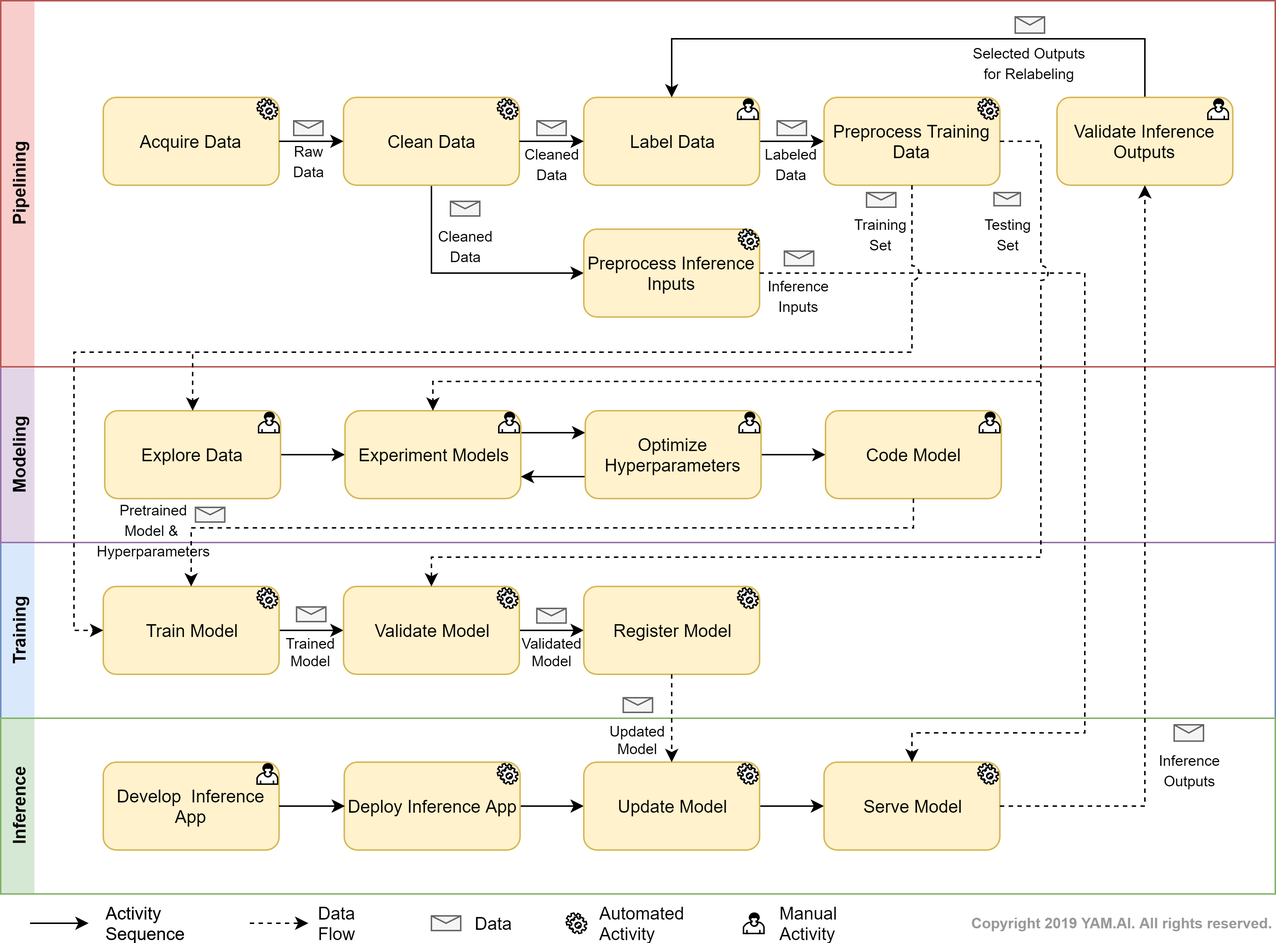
Earlier version of the draw.io export _static/images/yamflowchart.png (yam-ai/yamflow-doc). Source tidied: cells renumbered, new cells last; positions are measured from the earlier drawing's top-left corner, leaving out a move shared by most shapes.
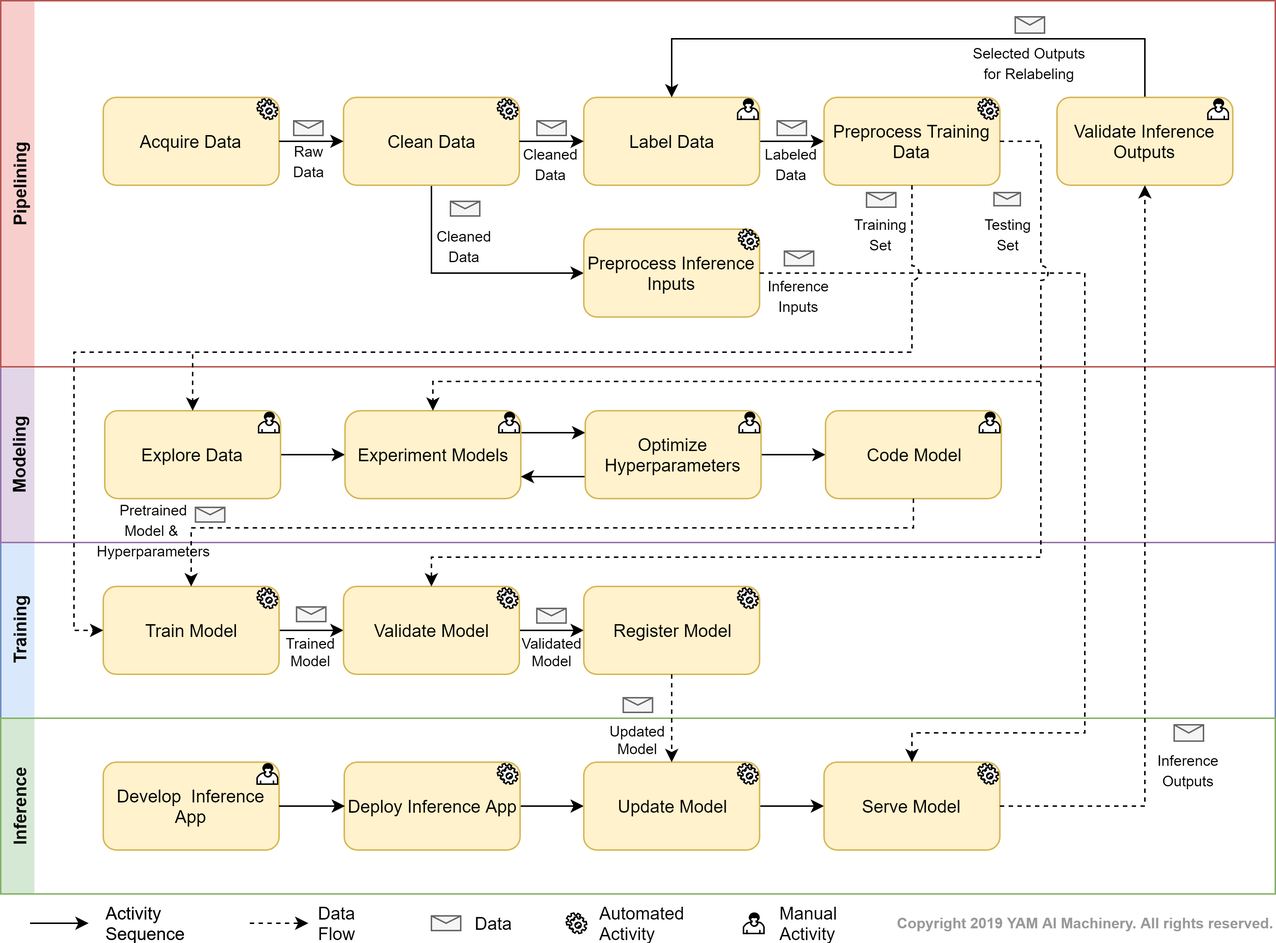
After the commit.

Diff of the diagram source:
```diff
@@ -306,8 +306,8 @@
     <mxCell id="93" value="Manual&lt;br&gt;Activity&lt;br&gt;" style="text;html=1;strokeColor=none;fillColor=none;align=left;verticalAlign=middle;whiteSpace=wrap;rounded=0;" parent="1" vertex="1">
       <mxGeometry x="530" y="620" width="40" height="20" as="geometry" />
     </mxCell>
-    <mxCell id="94" value="Copyright 2019 YAM.AI. All rights reserved." style="text;html=1;strokeColor=none;fillColor=none;align=right;verticalAlign=middle;whiteSpace=wrap;rounded=0;fontColor=#999999;fontStyle=1;fontSize=10;" parent="1" vertex="1">
-      <mxGeometry x="620" y="620" width="250" height="20" as="geometry" />
+    <mxCell id="94" value="Copyright 2019 YAM AI Machinery. All rights reserved." style="text;html=1;strokeColor=none;fillColor=none;align=right;verticalAlign=middle;whiteSpace=wrap;rounded=0;fontColor=#999999;fontStyle=1;fontSize=10;" parent="1" vertex="1">
+      <mxGeometry x="600" y="620" width="270" height="20" as="geometry" />
     </mxCell>
     <mxCell id="95" style="edgeStyle=orthogonalEdgeStyle;rounded=0;html=1;exitX=0.5;exitY=1;exitDx=0;exitDy=0;entryX=0.5;entryY=0;entryDx=0;entryDy=0;dashed=1;jettySize=auto;jumpStyle=arc;jumpSize=10;" parent="1" edge="1" source="55" target="6">
       <mxGeometry relative="1" as="geometry">
```
